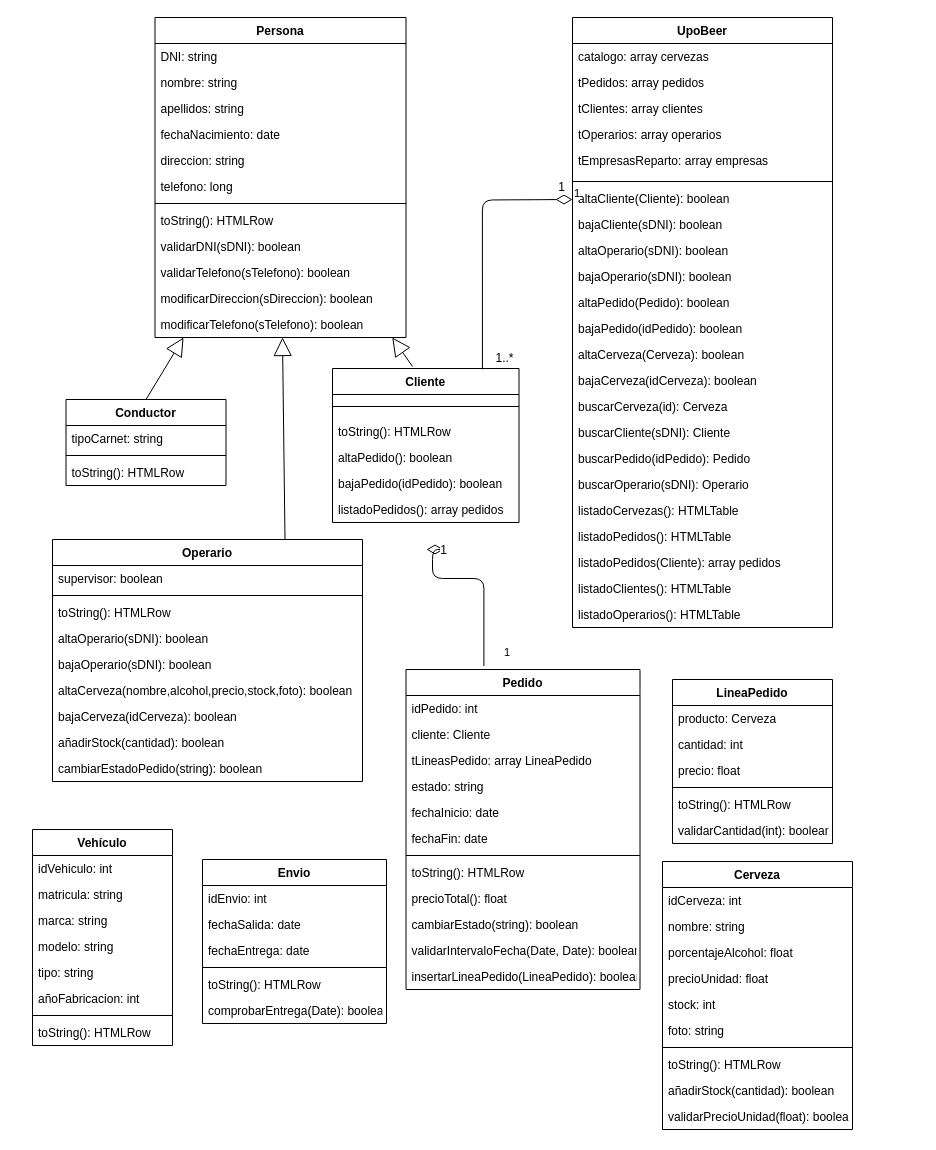
iandreafh/UpoBeer keeps this draw.io diagram as Untitled Diagram.drawio. Above is the earlier version. Source tidied: cells renumbered, new cells numbered last; positions are measured from the earlier drawing's top-left corner, leaving out a move shared by most shapes. Both pictures are drawn from the tidied source at 100%, with x=0, y=0 at pixel (32, 17).
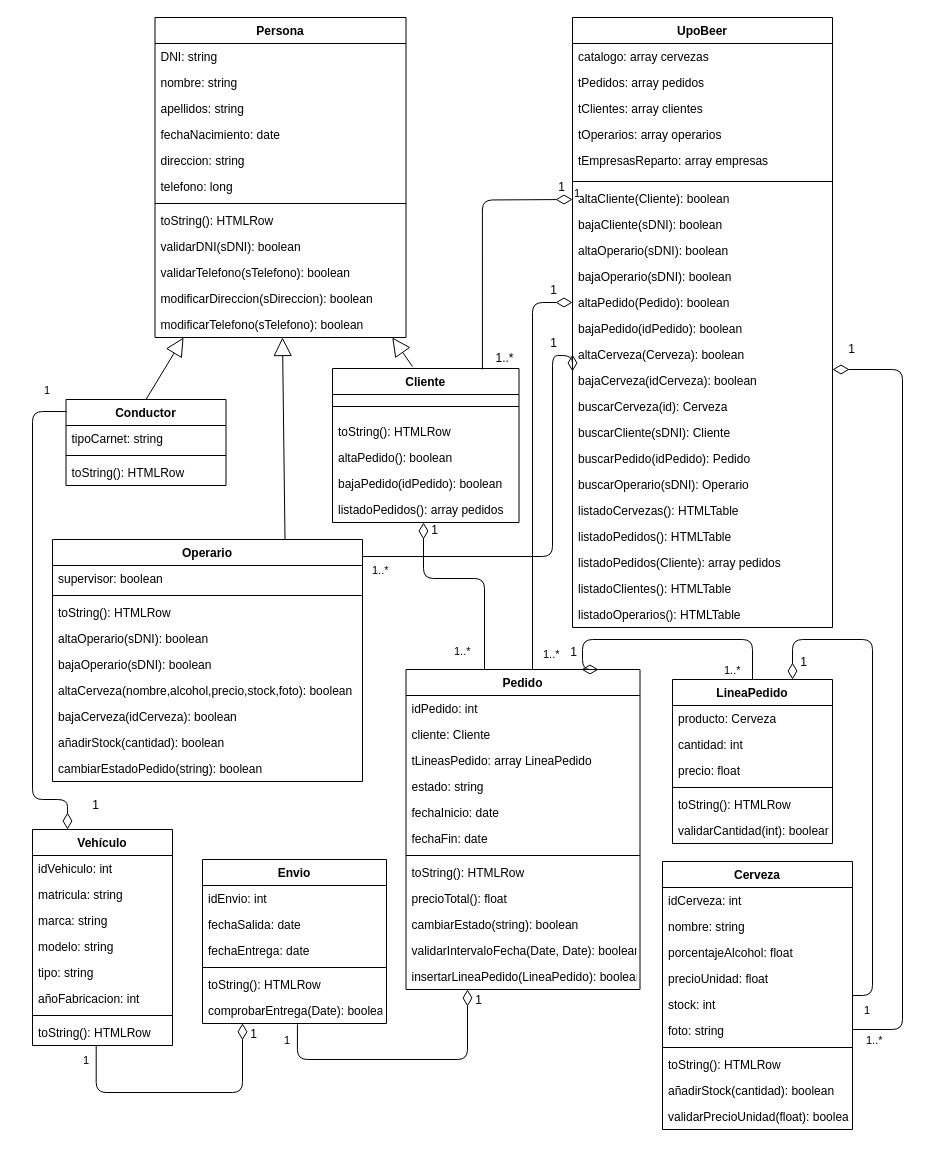
After the change.

The change refers to these unchanged cells:
```xml
<mxCell id="8" value="listadoPedidos(): array pedidos" style="text;strokeColor=none;fillColor=none;align=left;verticalAlign=top;spacingLeft=4;spacingRight=4;overflow=hidden;points=[[0,0.5],[1,0.5]];portConstraint=eastwest;" parent="2" vertex="1">
  <mxGeometry y="128" width="186.5" height="26" as="geometry" />
</mxCell>
<mxCell id="9" value="Pedido" style="swimlane;fontStyle=1;align=center;verticalAlign=top;horizontal=1;startSize=26;" parent="1" vertex="1">
  <mxGeometry x="373.5" y="652" width="234" height="320" as="geometry" />
</mxCell>
<mxCell id="21" value="insertarLineaPedido(LineaPedido): boolean" style="text;strokeColor=none;fillColor=none;align=left;verticalAlign=top;spacingLeft=4;spacingRight=4;overflow=hidden;points=[[0,0.5],[1,0.5]];portConstraint=eastwest;" parent="9" vertex="1">
  <mxGeometry y="294" width="234" height="26" as="geometry" />
</mxCell>
<mxCell id="22" value="UpoBeer" style="swimlane;fontStyle=1;align=center;verticalAlign=top;horizontal=1;startSize=26;" parent="1" vertex="1">
  <mxGeometry x="540" width="260" height="610" as="geometry" />
</mxCell>
<mxCell id="35" value="altaPedido(Pedido): boolean" style="text;strokeColor=none;fillColor=none;align=left;verticalAlign=top;spacingLeft=4;spacingRight=4;overflow=hidden;points=[[0,0.5],[1,0.5]];portConstraint=eastwest;" parent="22" vertex="1">
  <mxGeometry y="272" width="260" height="26" as="geometry" />
</mxCell>
<mxCell id="37" value="altaCerveza(Cerveza): boolean" style="text;strokeColor=none;fillColor=none;align=left;verticalAlign=top;spacingLeft=4;spacingRight=4;overflow=hidden;points=[[0,0.5],[1,0.5]];portConstraint=eastwest;" parent="22" vertex="1">
  <mxGeometry y="324" width="260" height="26" as="geometry" />
</mxCell>
<mxCell id="48" value="Cerveza" style="swimlane;fontStyle=1;align=center;verticalAlign=top;horizontal=1;startSize=26;" parent="1" vertex="1">
  <mxGeometry x="630" y="844" width="190" height="268" as="geometry" />
</mxCell>
<mxCell id="59" value="Operario" style="swimlane;fontStyle=1;align=center;verticalAlign=top;horizontal=1;startSize=26;" parent="1" vertex="1">
  <mxGeometry x="20" y="522" width="310" height="242" as="geometry" />
</mxCell>
<mxCell id="69" value="Conductor" style="swimlane;fontStyle=1;align=center;verticalAlign=top;horizontal=1;startSize=26;" parent="1" vertex="1">
  <mxGeometry x="33.5" y="382" width="160" height="86" as="geometry" />
</mxCell>
<mxCell id="79" value="comprobarEntrega(Date): boolean" style="text;strokeColor=none;fillColor=none;align=left;verticalAlign=top;spacingLeft=4;spacingRight=4;overflow=hidden;points=[[0,0.5],[1,0.5]];portConstraint=eastwest;" parent="73" vertex="1">
  <mxGeometry y="138" width="184" height="26" as="geometry" />
</mxCell>
<mxCell id="80" value="Vehículo" style="swimlane;fontStyle=1;align=center;verticalAlign=top;horizontal=1;startSize=26;" parent="1" vertex="1">
  <mxGeometry y="812" width="140" height="216" as="geometry" />
</mxCell>
<mxCell id="88" value="toString(): HTMLRow" style="text;strokeColor=none;fillColor=none;align=left;verticalAlign=top;spacingLeft=4;spacingRight=4;overflow=hidden;points=[[0,0.5],[1,0.5]];portConstraint=eastwest;" parent="80" vertex="1">
  <mxGeometry y="190" width="140" height="26" as="geometry" />
</mxCell>
<mxCell id="104" value="LineaPedido" style="swimlane;fontStyle=1;align=center;verticalAlign=top;horizontal=1;startSize=26;" parent="1" vertex="1">
  <mxGeometry x="640" y="662" width="160" height="164" as="geometry" />
</mxCell>
```

The edit, as a diff of the source:
```diff
@@
-    <mxCell id="112" value="1" style="endArrow=none;html=1;endSize=12;startArrow=diamondThin;startSize=14;startFill=0;edgeStyle=orthogonalEdgeStyle;align=left;verticalAlign=bottom;entryX=0.333;entryY=-0.011;entryDx=0;entryDy=0;entryPerimeter=0;rounded=1;endFill=0;" parent="1" edge="1" target="9">
-      <mxGeometry x="0.93" y="19" relative="1" as="geometry">
-        <mxPoint x="394" y="532" as="sourcePoint" />
+    <mxCell id="112" value="1..*" style="endArrow=none;html=1;endSize=12;startArrow=diamondThin;startSize=14;startFill=0;edgeStyle=orthogonalEdgeStyle;align=left;verticalAlign=bottom;rounded=1;endFill=0;" parent="1" edge="1" source="8" target="9">
+      <mxGeometry x="0.9" y="-32" relative="1" as="geometry">
         <Array as="points">
-          <mxPoint x="400" y="561" />
-          <mxPoint x="451" y="561" />
+          <mxPoint x="391" y="561" />
+          <mxPoint x="452" y="561" />
         </Array>
         <mxPoint y="1" as="offset" />
       </mxGeometry>
     </mxCell>
@@
+    <mxCell id="114" value="1..*" style="endArrow=none;html=1;endSize=12;startArrow=diamondThin;startSize=14;startFill=0;edgeStyle=orthogonalEdgeStyle;align=left;verticalAlign=bottom;rounded=1;endFill=0;exitX=0.75;exitY=0;exitDx=0;exitDy=0;entryX=0.5;entryY=0;entryDx=0;entryDy=0;" parent="1" edge="1" source="9" target="104">
+      <mxGeometry x="1" y="-30" relative="1" as="geometry">
+        <Array as="points">
+          <mxPoint x="550" y="622" />
+          <mxPoint x="720" y="622" />
+        </Array>
+      </mxGeometry>
+    </mxCell>
+    <mxCell id="115" value="1" style="text;html=1;align=center;verticalAlign=middle;labelBackgroundColor=#ffffff;" parent="114" vertex="1">
+      <mxGeometry x="-0.91" relative="1" as="geometry">
+        <mxPoint x="-9.6" y="-7.1" as="offset" />
+      </mxGeometry>
+    </mxCell>
+    <mxCell id="116" value="1" style="endArrow=none;html=1;endSize=12;startArrow=diamondThin;startSize=14;startFill=0;edgeStyle=orthogonalEdgeStyle;align=left;verticalAlign=bottom;rounded=1;endFill=0;exitX=0.75;exitY=0;exitDx=0;exitDy=0;" parent="1" edge="1" source="104" target="48">
+      <mxGeometry x="0.96" y="24" relative="1" as="geometry">
+        <Array as="points">
+          <mxPoint x="760" y="622" />
+          <mxPoint x="840" y="622" />
+          <mxPoint x="840" y="978" />
+        </Array>
+      </mxGeometry>
+    </mxCell>
+    <mxCell id="117" value="1" style="text;html=1;align=center;verticalAlign=middle;labelBackgroundColor=#ffffff;" parent="116" vertex="1">
+      <mxGeometry x="-0.91" relative="1" as="geometry">
+        <mxPoint x="10.4" y="4.3" as="offset" />
+      </mxGeometry>
+    </mxCell>
+    <mxCell id="118" value="1..*" style="endArrow=none;html=1;endSize=12;startArrow=diamondThin;startSize=14;startFill=0;edgeStyle=orthogonalEdgeStyle;align=left;verticalAlign=bottom;rounded=1;endFill=0;" parent="1" edge="1" source="22">
+      <mxGeometry x="0.97" y="20" relative="1" as="geometry">
+        <mxPoint x="820" y="1012" as="targetPoint" />
+        <Array as="points">
+          <mxPoint x="870" y="352" />
+          <mxPoint x="870" y="1012" />
+        </Array>
+      </mxGeometry>
+    </mxCell>
+    <mxCell id="119" value="1" style="text;html=1;align=center;verticalAlign=middle;labelBackgroundColor=#ffffff;" parent="118" vertex="1">
+      <mxGeometry x="-0.91" relative="1" as="geometry">
+        <mxPoint x="-16.5" y="-20.6" as="offset" />
+      </mxGeometry>
+    </mxCell>
+    <mxCell id="120" value="1..*" style="endArrow=none;html=1;endSize=12;startArrow=diamondThin;startSize=14;startFill=0;edgeStyle=orthogonalEdgeStyle;align=left;verticalAlign=bottom;rounded=1;endFill=0;exitX=0;exitY=0.5;exitDx=0;exitDy=0;" parent="1" edge="1" source="35" target="9">
+      <mxGeometry x="0.97" y="9" relative="1" as="geometry">
+        <Array as="points">
+          <mxPoint x="500" y="285" />
+        </Array>
+      </mxGeometry>
+    </mxCell>
+    <mxCell id="121" value="1" style="text;html=1;align=center;verticalAlign=middle;labelBackgroundColor=#ffffff;" parent="120" vertex="1">
+      <mxGeometry x="-0.91" relative="1" as="geometry">
+        <mxPoint x="-1.3" y="-12.6" as="offset" />
+      </mxGeometry>
+    </mxCell>
+    <mxCell id="122" value="1" style="endArrow=none;html=1;endSize=12;startArrow=diamondThin;startSize=14;startFill=0;edgeStyle=orthogonalEdgeStyle;align=left;verticalAlign=bottom;rounded=1;endFill=0;entryX=0.516;entryY=1.036;entryDx=0;entryDy=0;entryPerimeter=0;" parent="1" edge="1" source="21" target="79">
+      <mxGeometry x="0.82" y="15" relative="1" as="geometry">
+        <Array as="points">
+          <mxPoint x="435" y="1042" />
+          <mxPoint x="265" y="1042" />
+        </Array>
+      </mxGeometry>
+    </mxCell>
+    <mxCell id="123" value="1" style="text;html=1;align=center;verticalAlign=middle;labelBackgroundColor=#ffffff;" parent="122" vertex="1">
+      <mxGeometry x="-0.91" relative="1" as="geometry">
+        <mxPoint x="10.4" y="-1.3" as="offset" />
+      </mxGeometry>
+    </mxCell>
+    <mxCell id="124" value="1" style="endArrow=none;html=1;endSize=12;startArrow=diamondThin;startSize=14;startFill=0;edgeStyle=orthogonalEdgeStyle;align=left;verticalAlign=bottom;rounded=1;endFill=0;entryX=0.455;entryY=1.005;entryDx=0;entryDy=0;entryPerimeter=0;" parent="1" edge="1" target="88">
+      <mxGeometry x="0.82" y="15" relative="1" as="geometry">
+        <mxPoint x="210" y="1005.8" as="sourcePoint" />
+        <Array as="points">
+          <mxPoint x="210" y="1075" />
+          <mxPoint x="64" y="1075" />
+        </Array>
+      </mxGeometry>
+    </mxCell>
+    <mxCell id="125" value="1" style="text;html=1;align=center;verticalAlign=middle;labelBackgroundColor=#ffffff;" parent="124" vertex="1">
+      <mxGeometry x="-0.91" relative="1" as="geometry">
+        <mxPoint x="10.4" y="-1.3" as="offset" />
+      </mxGeometry>
+    </mxCell>
+    <mxCell id="126" value="1" style="endArrow=none;html=1;endSize=12;startArrow=diamondThin;startSize=14;startFill=0;edgeStyle=orthogonalEdgeStyle;align=left;verticalAlign=bottom;rounded=1;endFill=0;entryX=0.005;entryY=0.14;entryDx=0;entryDy=0;entryPerimeter=0;exitX=0.25;exitY=0;exitDx=0;exitDy=0;" parent="1" edge="1" source="80" target="69">
+      <mxGeometry x="0.9" y="12" relative="1" as="geometry">
+        <Array as="points">
+          <mxPoint x="35" y="782" />
+          <mxPoint y="782" />
+          <mxPoint y="394" />
+        </Array>
+      </mxGeometry>
+    </mxCell>
+    <mxCell id="127" value="1" style="text;html=1;align=center;verticalAlign=middle;labelBackgroundColor=#ffffff;" parent="126" vertex="1">
+      <mxGeometry x="-0.91" relative="1" as="geometry">
+        <mxPoint x="27.5" y="-2.2" as="offset" />
+      </mxGeometry>
+    </mxCell>
+    <mxCell id="128" value="1..*" style="endArrow=none;html=1;endSize=12;startArrow=diamondThin;startSize=14;startFill=0;edgeStyle=orthogonalEdgeStyle;align=left;verticalAlign=bottom;rounded=1;endFill=0;exitX=0;exitY=0.5;exitDx=0;exitDy=0;" parent="1" edge="1" source="37" target="59">
+      <mxGeometry x="0.96" y="23" relative="1" as="geometry">
+        <Array as="points">
+          <mxPoint x="520" y="338" />
+          <mxPoint x="520" y="539" />
+        </Array>
+      </mxGeometry>
+    </mxCell>
+    <mxCell id="129" value="1" style="text;html=1;align=center;verticalAlign=middle;labelBackgroundColor=#ffffff;" parent="128" vertex="1">
+      <mxGeometry x="-0.91" relative="1" as="geometry">
+        <mxPoint x="-1.3" y="-12.6" as="offset" />
+      </mxGeometry>
+    </mxCell>
```
